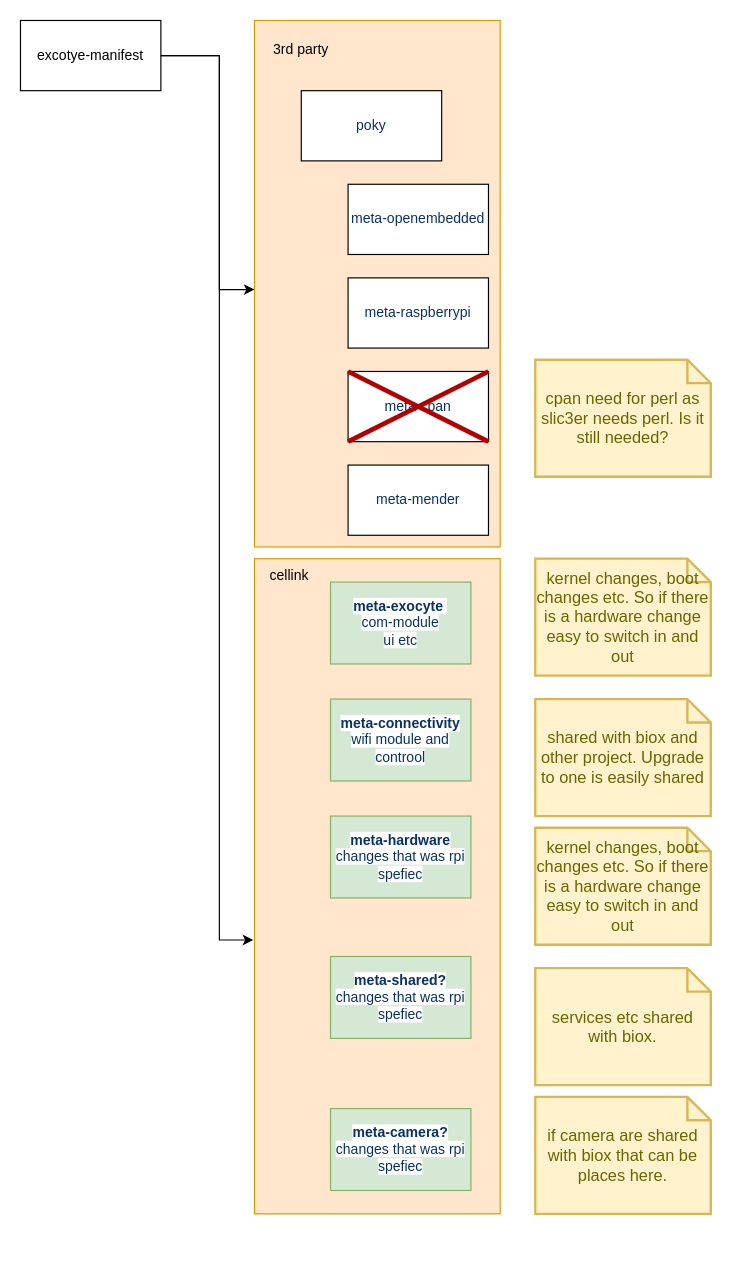
Above: page "Page-2" (2 of 2) of Yoctolayout.drawio in tactmaster/drawing (draw.io), before the change. Source tidied: cells renumbered, new cells numbered last; positions are measured from the earlier drawing's top-left corner, leaving out a move shared by most shapes. Both pictures are drawn from the tidied source at 117%, with x=0, y=0 at pixel (20, 20).
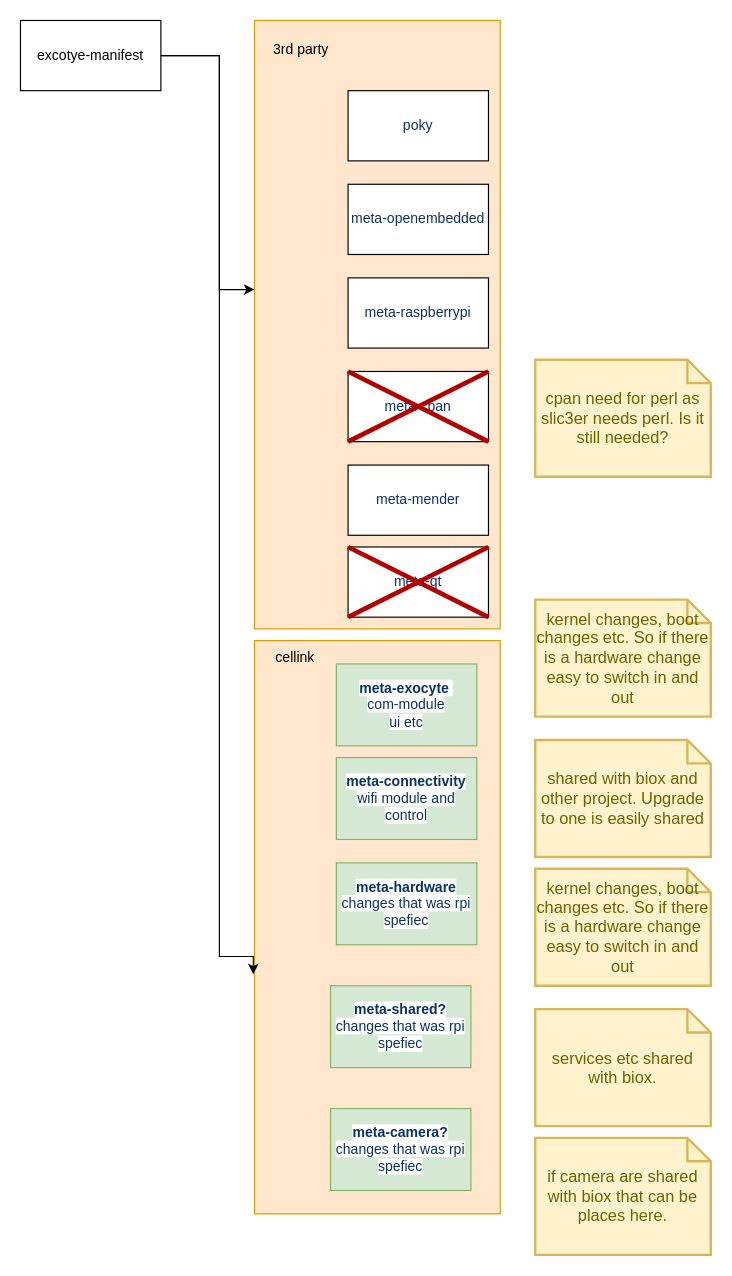
After the change.

The change refers to these unchanged cells:
```xml
<mxCell id="4" value="excotye-manifest" style="rounded=0;whiteSpace=wrap;html=1;" parent="1" vertex="1">
  <mxGeometry width="120" height="60" as="geometry" />
</mxCell>
```

Diff of the diagram source:
```diff
@@
     <mxCell id="2" style="rounded=0;whiteSpace=wrap;html=1;align=left;fillColor=#ffe6cc;strokeColor=#d79b00;" parent="1" vertex="1">
-      <mxGeometry x="200" y="460" width="210" height="560" as="geometry" />
+      <mxGeometry x="200" y="530" width="210" height="490" as="geometry" />
     </mxCell>
     <mxCell id="3" style="rounded=0;whiteSpace=wrap;html=1;align=left;fillColor=#ffe6cc;strokeColor=#d79b00;" parent="1" vertex="1">
-      <mxGeometry x="200" width="210" height="450" as="geometry" />
+      <mxGeometry x="200" width="210" height="520" as="geometry" />
     </mxCell>
@@
     <mxCell id="5" value="&lt;span style=&quot;color: rgb(10 , 48 , 105) ; font-family: , , &amp;#34;sf mono&amp;#34; , &amp;#34;menlo&amp;#34; , &amp;#34;consolas&amp;#34; , &amp;#34;liberation mono&amp;#34; , monospace ; background-color: rgb(255 , 255 , 255)&quot;&gt;poky&lt;/span&gt;" style="rounded=0;whiteSpace=wrap;html=1;" parent="1" vertex="1">
-      <mxGeometry x="240" y="60" width="120" height="60" as="geometry" />
+      <mxGeometry x="280" y="60" width="120" height="60" as="geometry" />
     </mxCell>
@@
     <mxCell id="10" value="&lt;span style=&quot;color: rgb(10 , 48 , 105) ; font-family: , , &amp;#34;sf mono&amp;#34; , &amp;#34;menlo&amp;#34; , &amp;#34;consolas&amp;#34; , &amp;#34;liberation mono&amp;#34; , monospace ; background-color: rgb(255 , 255 , 255)&quot;&gt;&lt;b&gt;meta-exocyte&amp;nbsp;&lt;br&gt;&lt;/b&gt;com-module &lt;br&gt;ui etc&lt;br&gt;&lt;/span&gt;" style="rounded=0;whiteSpace=wrap;html=1;fillColor=#d5e8d4;strokeColor=#82b366;" parent="1" vertex="1">
-      <mxGeometry x="265" y="480" width="120" height="70" as="geometry" />
+      <mxGeometry x="270" y="550" width="120" height="70" as="geometry" />
     </mxCell>
@@
     <mxCell id="12" style="edgeStyle=segmentEdgeStyle;endArrow=classic;html=1;rounded=0;exitX=1;exitY=0.5;exitDx=0;exitDy=0;entryX=-0.005;entryY=0.582;entryDx=0;entryDy=0;entryPerimeter=0;" parent="1" edge="1" source="4" target="2">
       <mxGeometry relative="1" as="geometry">
         <Array as="points">
           <mxPoint x="170" y="30" />
-          <mxPoint x="170" y="786" />
+          <mxPoint x="170" y="800" />
+          <mxPoint x="199" y="800" />
         </Array>
       </mxGeometry>
     </mxCell>
@@
-    <mxCell id="16" value="&lt;span style=&quot;color: rgb(10 , 48 , 105) ; font-family: , , &amp;#34;sf mono&amp;#34; , &amp;#34;menlo&amp;#34; , &amp;#34;consolas&amp;#34; , &amp;#34;liberation mono&amp;#34; , monospace ; background-color: rgb(255 , 255 , 255)&quot;&gt;&lt;b&gt;meta-connectivity&lt;/b&gt;&lt;br&gt;wifi module and controol&lt;br&gt;&lt;/span&gt;" style="rounded=0;whiteSpace=wrap;html=1;fillColor=#d5e8d4;strokeColor=#82b366;" parent="1" vertex="1">
-      <mxGeometry x="265" y="580" width="120" height="70" as="geometry" />
+    <mxCell id="16" value="&lt;span style=&quot;color: rgb(10 , 48 , 105) ; font-family: , , &amp;#34;sf mono&amp;#34; , &amp;#34;menlo&amp;#34; , &amp;#34;consolas&amp;#34; , &amp;#34;liberation mono&amp;#34; , monospace ; background-color: rgb(255 , 255 , 255)&quot;&gt;&lt;b&gt;meta-connectivity&lt;/b&gt;&lt;br&gt;wifi module and control&lt;br&gt;&lt;/span&gt;" style="rounded=0;whiteSpace=wrap;html=1;fillColor=#d5e8d4;strokeColor=#82b366;" parent="1" vertex="1">
+      <mxGeometry x="270" y="630" width="120" height="70" as="geometry" />
     </mxCell>
     <mxCell id="17" value="&lt;span style=&quot;color: rgb(10 , 48 , 105) ; font-family: , , &amp;#34;sf mono&amp;#34; , &amp;#34;menlo&amp;#34; , &amp;#34;consolas&amp;#34; , &amp;#34;liberation mono&amp;#34; , monospace ; background-color: rgb(255 , 255 , 255)&quot;&gt;&lt;b&gt;meta-hardware&lt;br&gt;&lt;/b&gt;changes that was rpi spefiec&lt;br&gt;&lt;/span&gt;" style="rounded=0;whiteSpace=wrap;html=1;fillColor=#d5e8d4;strokeColor=#82b366;" parent="1" vertex="1">
-      <mxGeometry x="265" y="680" width="120" height="70" as="geometry" />
+      <mxGeometry x="270" y="720" width="120" height="70" as="geometry" />
     </mxCell>
     <mxCell id="18" value="shared with biox and other project. Upgrade to one is easily shared" style="shape=note;strokeWidth=2;fontSize=14;size=20;whiteSpace=wrap;html=1;fillColor=#fff2cc;strokeColor=#d6b656;fontColor=#666600;" parent="1" vertex="1">
-      <mxGeometry x="440" y="580" width="150" height="100" as="geometry" />
+      <mxGeometry x="440" y="615" width="150" height="100" as="geometry" />
     </mxCell>
     <mxCell id="19" value="kernel changes, boot changes etc. So if there is a hardware change easy to switch in and out" style="shape=note;strokeWidth=2;fontSize=14;size=20;whiteSpace=wrap;html=1;fillColor=#fff2cc;strokeColor=#d6b656;fontColor=#666600;" parent="1" vertex="1">
-      <mxGeometry x="440" y="690" width="150" height="100" as="geometry" />
+      <mxGeometry x="440" y="725" width="150" height="100" as="geometry" />
     </mxCell>
     <mxCell id="20" value="kernel changes, boot changes etc. So if there is a hardware change easy to switch in and out" style="shape=note;strokeWidth=2;fontSize=14;size=20;whiteSpace=wrap;html=1;fillColor=#fff2cc;strokeColor=#d6b656;fontColor=#666600;" parent="1" vertex="1">
-      <mxGeometry x="440" y="460" width="150" height="100" as="geometry" />
+      <mxGeometry x="440" y="495" width="150" height="100" as="geometry" />
     </mxCell>
     <mxCell id="21" value="&lt;span style=&quot;color: rgb(10 , 48 , 105) ; font-family: , , &amp;#34;sf mono&amp;#34; , &amp;#34;menlo&amp;#34; , &amp;#34;consolas&amp;#34; , &amp;#34;liberation mono&amp;#34; , monospace ; background-color: rgb(255 , 255 , 255)&quot;&gt;&lt;b&gt;meta-shared?&lt;br&gt;&lt;/b&gt;changes that was rpi spefiec&lt;br&gt;&lt;/span&gt;" style="rounded=0;whiteSpace=wrap;html=1;fillColor=#d5e8d4;strokeColor=#82b366;" parent="1" vertex="1">
-      <mxGeometry x="265" y="800" width="120" height="70" as="geometry" />
+      <mxGeometry x="265" y="825" width="120" height="70" as="geometry" />
     </mxCell>
     <mxCell id="22" value="services etc shared with biox.&lt;br&gt;" style="shape=note;strokeWidth=2;fontSize=14;size=20;whiteSpace=wrap;html=1;fillColor=#fff2cc;strokeColor=#d6b656;fontColor=#666600;" parent="1" vertex="1">
-      <mxGeometry x="440" y="810" width="150" height="100" as="geometry" />
+      <mxGeometry x="440" y="845" width="150" height="100" as="geometry" />
     </mxCell>
@@
     <mxCell id="24" value="if camera are shared with biox that can be places here." style="shape=note;strokeWidth=2;fontSize=14;size=20;whiteSpace=wrap;html=1;fillColor=#fff2cc;strokeColor=#d6b656;fontColor=#666600;" parent="1" vertex="1">
-      <mxGeometry x="440" y="920" width="150" height="100" as="geometry" />
+      <mxGeometry x="440" y="955" width="150" height="100" as="geometry" />
     </mxCell>
     <mxCell id="25" value="cellink" style="text;html=1;strokeColor=none;fillColor=none;align=center;verticalAlign=middle;whiteSpace=wrap;rounded=0;" parent="1" vertex="1">
-      <mxGeometry x="200" y="460" width="60" height="30" as="geometry" />
+      <mxGeometry x="205" y="530" width="60" height="30" as="geometry" />
     </mxCell>
@@
+    <mxCell id="27" value="&lt;span style=&quot;color: rgb(10 , 48 , 105) ; font-size: 12px ; font-style: normal ; font-weight: 400 ; letter-spacing: normal ; text-indent: 0px ; text-transform: none ; word-spacing: 0px ; background-color: rgb(255 , 255 , 255) ; display: inline ; float: none&quot;&gt;meta-qt&lt;/span&gt;" style="rounded=0;whiteSpace=wrap;html=1;" parent="1" vertex="1">
+      <mxGeometry x="280" y="450" width="120" height="60" as="geometry" />
+    </mxCell>
+    <mxCell id="28" style="endArrow=none;html=1;rounded=0;fillColor=#e51400;strokeColor=#B20000;strokeWidth=4;exitX=0;exitY=1;exitDx=0;exitDy=0;entryX=1;entryY=0;entryDx=0;entryDy=0;" parent="1" edge="1">
+      <mxGeometry relative="1" as="geometry">
+        <mxPoint x="280" y="510" as="sourcePoint" />
+        <mxPoint x="400" y="450" as="targetPoint" />
+      </mxGeometry>
+    </mxCell>
+    <mxCell id="29" style="endArrow=none;html=1;rounded=0;fillColor=#e51400;strokeColor=#B20000;strokeWidth=4;exitX=0;exitY=0;exitDx=0;exitDy=0;entryX=1;entryY=1;entryDx=0;entryDy=0;" parent="1" edge="1">
+      <mxGeometry relative="1" as="geometry">
+        <mxPoint x="280" y="450" as="sourcePoint" />
+        <mxPoint x="400" y="510" as="targetPoint" />
+      </mxGeometry>
+    </mxCell>
```
